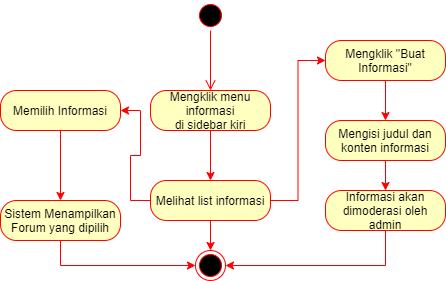
Above: laporan/see_make_info.png in ihsanfir/Dramagon (draw.io), before the change. Source tidied: cells renumbered, new cells last; positions are measured from the earlier drawing's top-left corner, leaving out a move shared by most shapes.
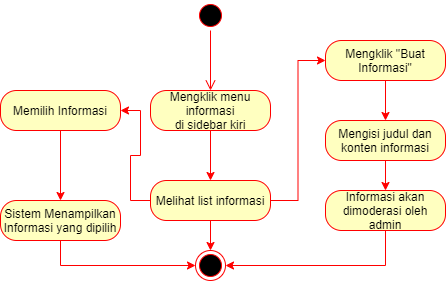
The same diagram one commit later.

What changed in the source:
```diff
@@ -58,7 +58,7 @@
     <mxCell id="19" style="edgeStyle=orthogonalEdgeStyle;rounded=0;jettySize=auto;html=1;exitX=0.5;exitY=1;exitDx=0;exitDy=0;entryX=0;entryY=0.5;entryDx=0;entryDy=0;strokeColor=#FF0000;" parent="1" edge="1" source="20" target="10">
       <mxGeometry relative="1" as="geometry" />
     </mxCell>
-    <mxCell id="20" value="Sistem Menampilkan Forum yang dipilih" style="rounded=1;whiteSpace=wrap;html=1;arcSize=40;fontColor=#000000;fillColor=#ffffc0;strokeColor=#ff0000;" parent="1" vertex="1">
+    <mxCell id="20" value="Sistem Menampilkan Informasi yang dipilih" style="rounded=1;whiteSpace=wrap;html=1;arcSize=40;fontColor=#000000;fillColor=#ffffc0;strokeColor=#ff0000;" parent="1" vertex="1">
       <mxGeometry y="200" width="120" height="40" as="geometry" />
     </mxCell>
   </root>
```
